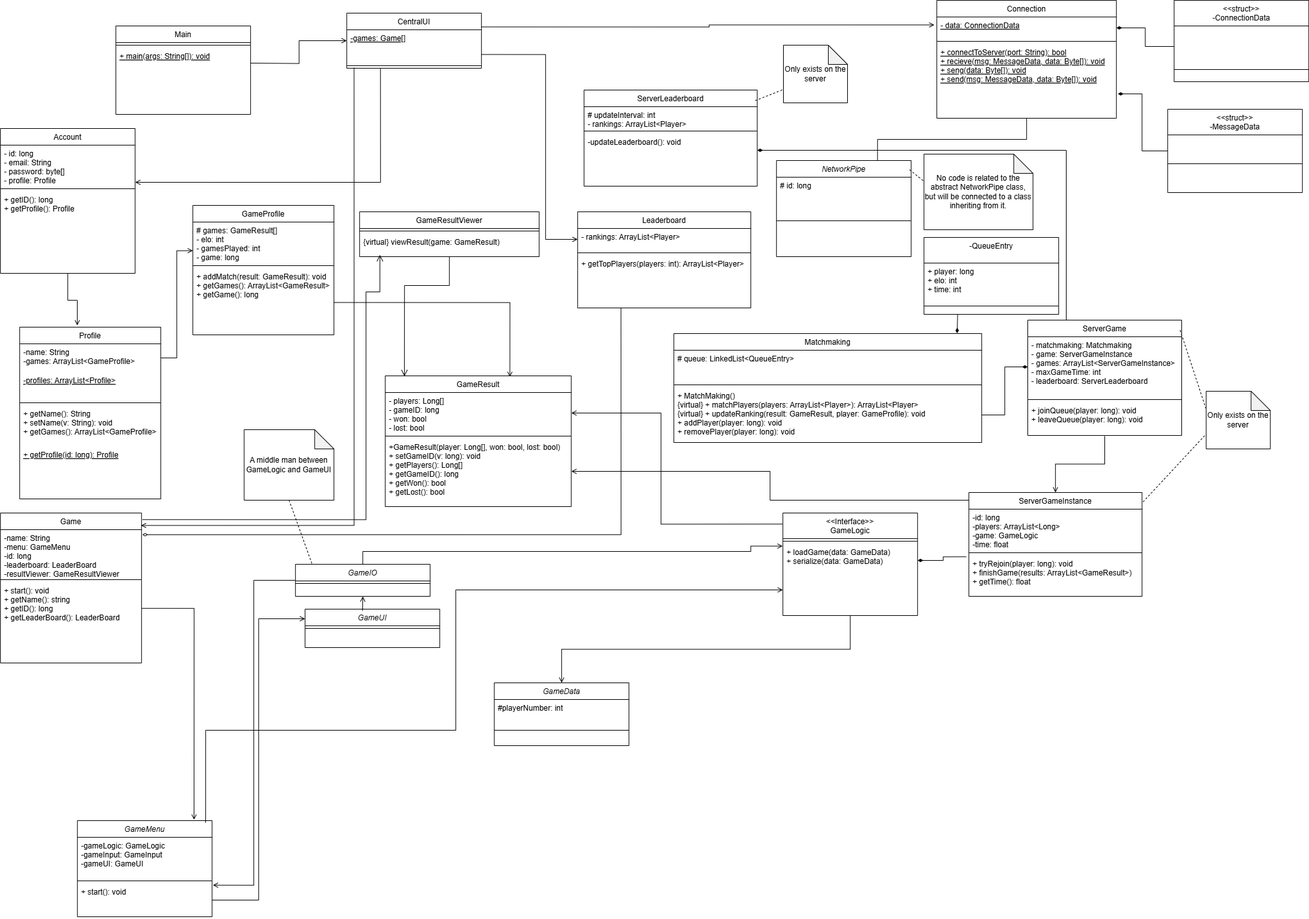
Earlier version of the draw.io export class_diagram.png (illiteratewaffle/RetroArcade). Source tidied: cells renumbered, new cells last; positions are measured from the earlier drawing's top-left corner, leaving out a move shared by most shapes.
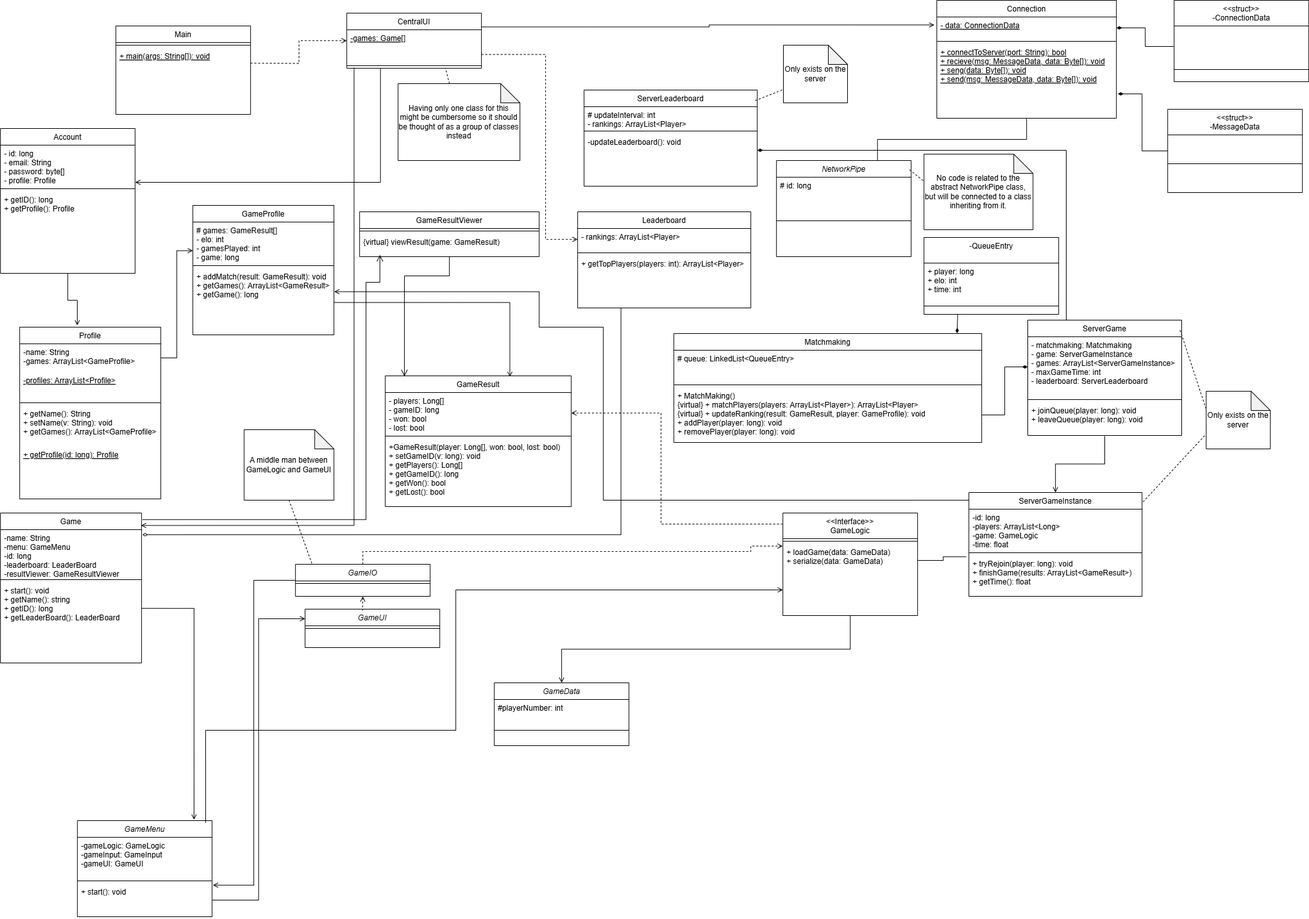
The same diagram one commit later.

Commit message:
Edited class structure diagram, fixed dotted lines, added notes, fixed transparent backgroun`

The edit, as a diff of the source:
```diff
@@ -1,4 +1,4 @@
-<mxGraphModel>
+<mxGraphModel background="#ffffff">
   <root>
     <mxCell id="0" />
     <mxCell id="1" parent="0" />
@@ -144,7 +144,7 @@
     <mxCell id="47" value="+ joinQueue(player: long): void&#10;+ leaveQueue(player: long): void" style="text;align=left;verticalAlign=top;spacingLeft=4;spacingRight=4;overflow=hidden;points=[[0,0.5],[1,0.5]];portConstraint=eastwest;" parent="44" vertex="1">
       <mxGeometry y="128" width="240" height="52" as="geometry" />
     </mxCell>
-    <mxCell id="48" style="edgeStyle=orthogonalEdgeStyle;rounded=0;jettySize=auto;html=1;exitX=1;exitY=0.75;exitDx=0;exitDy=0;entryX=0;entryY=0.5;entryDx=0;entryDy=0;endArrow=open;startFill=0;endFill=0;" parent="1" edge="1" source="49" target="11">
+    <mxCell id="48" style="edgeStyle=orthogonalEdgeStyle;rounded=0;jettySize=auto;html=1;exitX=1;exitY=0.75;exitDx=0;exitDy=0;entryX=0;entryY=0.5;entryDx=0;entryDy=0;endArrow=open;startFill=0;endFill=0;dashed=1;" parent="1" edge="1" source="49" target="11">
       <mxGeometry relative="1" as="geometry">
         <Array as="points">
           <mxPoint x="850" y="85" />
@@ -161,6 +161,11 @@
     <mxCell id="51" style="line;html=1;strokeWidth=1;align=left;verticalAlign=middle;spacingTop=-1;spacingLeft=3;spacingRight=3;labelPosition=right;points=[];portConstraint=eastwest;" parent="49" vertex="1">
       <mxGeometry y="78" width="210" height="8" as="geometry" />
     </mxCell>
+    <mxCell id="119" style="endArrow=none;html=1;rounded=0;endSize=8;startSize=8;sourcePerimeterSpacing=0;targetPerimeterSpacing=0;entryX=0.004;entryY=0.766;entryDx=0;entryDy=0;entryPerimeter=0;dashed=1;startFill=0;" parent="49" edge="1" source="120">
+      <mxGeometry relative="1" as="geometry">
+        <mxPoint x="154" y="86" as="targetPoint" />
+      </mxGeometry>
+    </mxCell>
     <mxCell id="52" value="Main" style="swimlane;fontStyle=0;align=center;verticalAlign=top;horizontal=1;startSize=26;rounded=0;shadow=0;strokeWidth=1;" parent="1" vertex="1">
       <mxGeometry x="180" y="40" width="210" height="138" as="geometry" />
     </mxCell>
@@ -239,7 +244,7 @@
     <mxCell id="77" style="line;html=1;strokeWidth=1;align=left;verticalAlign=middle;spacingTop=-1;spacingLeft=3;spacingRight=3;labelPosition=right;" parent="76" vertex="1">
       <mxGeometry y="40" width="210" height="90" as="geometry" />
     </mxCell>
-    <mxCell id="78" style="edgeStyle=orthogonalEdgeStyle;rounded=0;jettySize=auto;html=1;exitX=1;exitY=0.5;exitDx=0;exitDy=0;entryX=0;entryY=0.5;entryDx=0;entryDy=0;endArrow=open;startFill=0;endFill=0;" parent="1" edge="1" target="49">
+    <mxCell id="78" style="edgeStyle=orthogonalEdgeStyle;rounded=0;jettySize=auto;html=1;exitX=1;exitY=0.5;exitDx=0;exitDy=0;entryX=0;entryY=0.5;entryDx=0;entryDy=0;endArrow=open;startFill=0;endFill=0;dashed=1;" parent="1" edge="1" target="49">
       <mxGeometry relative="1" as="geometry">
         <mxPoint x="390" y="98" as="sourcePoint" />
       </mxGeometry>
@@ -268,7 +273,7 @@
     <mxCell id="86" style="edgeStyle=orthogonalEdgeStyle;rounded=0;jettySize=auto;html=1;exitX=0;exitY=0.5;exitDx=0;exitDy=0;entryX=1.006;entryY=0.052;entryDx=0;entryDy=0;entryPerimeter=0;endArrow=open;startFill=0;startArrow=none;endFill=0;" parent="1" edge="1" source="55" target="21">
       <mxGeometry relative="1" as="geometry" />
     </mxCell>
-    <mxCell id="87" style="edgeStyle=orthogonalEdgeStyle;rounded=0;jettySize=auto;html=1;exitX=0.5;exitY=0;exitDx=0;exitDy=0;entryX=-0.002;entryY=0.754;entryDx=0;entryDy=0;entryPerimeter=0;endArrow=open;startFill=0;endFill=0;" parent="1" edge="1" source="55">
+    <mxCell id="87" style="edgeStyle=orthogonalEdgeStyle;rounded=0;jettySize=auto;html=1;exitX=0.5;exitY=0;exitDx=0;exitDy=0;entryX=-0.002;entryY=0.754;entryDx=0;entryDy=0;entryPerimeter=0;endArrow=open;startFill=0;endFill=0;dashed=1;" parent="1" edge="1" source="55">
       <mxGeometry relative="1" as="geometry">
         <mxPoint x="1219.6" y="851.6" as="targetPoint" />
         <Array as="points">
@@ -278,7 +283,7 @@
         </Array>
       </mxGeometry>
     </mxCell>
-    <mxCell id="88" style="edgeStyle=orthogonalEdgeStyle;rounded=0;jettySize=auto;html=1;exitX=1;exitY=0.5;exitDx=0;exitDy=0;entryX=-0.016;entryY=0.036;entryDx=0;entryDy=0;entryPerimeter=0;endArrow=none;startFill=1;endFill=1;startArrow=diamondThin;" parent="1" edge="1" source="28" target="62">
+    <mxCell id="88" style="edgeStyle=orthogonalEdgeStyle;rounded=0;jettySize=auto;html=1;exitX=1;exitY=0.5;exitDx=0;exitDy=0;entryX=-0.016;entryY=0.036;entryDx=0;entryDy=0;entryPerimeter=0;endArrow=none;startFill=0;endFill=1;startArrow=none;" parent="1" edge="1" source="28" target="62">
       <mxGeometry relative="1" as="geometry" />
     </mxCell>
     <mxCell id="89" style="edgeStyle=orthogonalEdgeStyle;rounded=0;jettySize=auto;html=1;exitX=0.5;exitY=0;exitDx=0;exitDy=0;entryX=0.5;entryY=1.019;entryDx=0;entryDy=0;entryPerimeter=0;endArrow=none;startFill=0;endFill=0;startArrow=open;" parent="1" edge="1" source="59" target="47">
@@ -338,7 +343,7 @@
     <mxCell id="105" style="endArrow=none;html=1;rounded=0;endSize=8;startSize=8;sourcePerimeterSpacing=0;targetPerimeterSpacing=0;exitX=0.989;exitY=0.11;exitDx=0;exitDy=0;exitPerimeter=0;entryX=0.004;entryY=0.766;entryDx=0;entryDy=0;entryPerimeter=0;dashed=1;startFill=0;" parent="1" edge="1" source="63" target="104">
       <mxGeometry relative="1" as="geometry" />
     </mxCell>
-    <mxCell id="106" style="edgeStyle=orthogonalEdgeStyle;rounded=0;jettySize=auto;html=1;exitX=1;exitY=0.5;exitDx=0;exitDy=0;entryX=-0.004;entryY=0.108;entryDx=0;entryDy=0;entryPerimeter=0;endArrow=none;startFill=0;startArrow=open;" parent="1" edge="1" source="31" target="26">
+    <mxCell id="106" style="edgeStyle=orthogonalEdgeStyle;rounded=0;jettySize=auto;html=1;exitX=1;exitY=0.5;exitDx=0;exitDy=0;entryX=-0.004;entryY=0.108;entryDx=0;entryDy=0;entryPerimeter=0;endArrow=none;startFill=0;startArrow=open;dashed=1;" parent="1" edge="1" source="31" target="26">
       <mxGeometry relative="1" as="geometry">
         <Array as="points">
           <mxPoint x="1030" y="644" />
@@ -346,8 +351,15 @@
         </Array>
       </mxGeometry>
     </mxCell>
-    <mxCell id="107" style="edgeStyle=orthogonalEdgeStyle;rounded=0;jettySize=auto;html=1;exitX=1;exitY=0.5;exitDx=0;exitDy=0;entryX=0;entryY=0.074;entryDx=0;entryDy=0;entryPerimeter=0;endArrow=none;startFill=0;endFill=0;startArrow=open;" parent="1" edge="1" source="33" target="59">
-      <mxGeometry relative="1" as="geometry" />
+    <mxCell id="107" style="edgeStyle=orthogonalEdgeStyle;rounded=0;jettySize=auto;html=1;entryX=0;entryY=0.074;entryDx=0;entryDy=0;entryPerimeter=0;endArrow=none;startFill=0;endFill=0;startArrow=open;exitX=1.002;exitY=0.705;exitDx=0;exitDy=0;exitPerimeter=0;" parent="1" edge="1" source="5" target="59">
+      <mxGeometry relative="1" as="geometry">
+        <Array as="points">
+          <mxPoint x="840" y="455" />
+          <mxPoint x="840" y="510" />
+          <mxPoint x="940" y="510" />
+          <mxPoint x="940" y="780" />
+        </Array>
+      </mxGeometry>
     </mxCell>
     <mxCell id="108" value="A middle man between GameLogic and GameUI" style="shape=note;whiteSpace=wrap;html=1;backgroundOutline=1;darkOpacity=0.05;" parent="1" vertex="1">
       <mxGeometry x="380" y="670" width="140" height="110" as="geometry" />
@@ -364,20 +376,21 @@
     <mxCell id="112" style="edgeStyle=segmentEdgeStyle;endArrow=open;html=1;curved=0;rounded=0;endSize=8;startSize=8;sourcePerimeterSpacing=0;targetPerimeterSpacing=0;exitX=0.5;exitY=1;exitDx=0;exitDy=0;entryX=0.103;entryY=0.004;entryDx=0;entryDy=0;entryPerimeter=0;startFill=0;endFill=0;" parent="1" edge="1" source="34" target="30">
       <mxGeometry relative="1" as="geometry">
         <Array as="points">
-          <mxPoint x="630" y="445" />
+          <mxPoint x="700" y="430" />
+          <mxPoint x="630" y="430" />
         </Array>
       </mxGeometry>
     </mxCell>
     <mxCell id="113" style="edgeStyle=segmentEdgeStyle;endArrow=none;html=1;curved=0;rounded=0;endSize=8;startSize=8;sourcePerimeterSpacing=0;targetPerimeterSpacing=0;exitX=0.113;exitY=0.918;exitDx=0;exitDy=0;entryX=1.007;entryY=0.044;entryDx=0;entryDy=0;entryPerimeter=0;startFill=0;exitPerimeter=0;endFill=0;startArrow=open;" parent="1" edge="1" source="36" target="93">
       <mxGeometry relative="1" as="geometry">
         <Array as="points">
-          <mxPoint x="592" y="455" />
-          <mxPoint x="570" y="455" />
+          <mxPoint x="592" y="440" />
+          <mxPoint x="570" y="440" />
           <mxPoint x="570" y="810" />
         </Array>
       </mxGeometry>
     </mxCell>
-    <mxCell id="114" style="edgeStyle=orthogonalEdgeStyle;rounded=0;jettySize=auto;html=1;exitX=0.5;exitY=1;exitDx=0;exitDy=0;entryX=0.427;entryY=0.038;entryDx=0;entryDy=0;entryPerimeter=0;startArrow=open;startFill=0;endArrow=none;" parent="1" edge="1" source="55" target="57">
+    <mxCell id="114" style="edgeStyle=orthogonalEdgeStyle;rounded=0;jettySize=auto;html=1;exitX=0.5;exitY=1;exitDx=0;exitDy=0;entryX=0.427;entryY=0.038;entryDx=0;entryDy=0;entryPerimeter=0;startArrow=open;startFill=0;endArrow=none;dashed=1;" parent="1" edge="1" source="55" target="57">
       <mxGeometry relative="1" as="geometry" />
     </mxCell>
     <mxCell id="115" value="-QueueEntry" style="swimlane;fontStyle=0;align=center;verticalAlign=top;horizontal=1;startSize=40;rounded=0;shadow=0;strokeWidth=1;" parent="1" vertex="1">
@@ -396,5 +409,8 @@
         </Array>
       </mxGeometry>
     </mxCell>
+    <mxCell id="120" value="Having only one class for this might be cumbersome so it should be thought of as a group of classes instead" style="shape=note;whiteSpace=wrap;html=1;backgroundOutline=1;darkOpacity=0.05;" parent="1" vertex="1">
+      <mxGeometry x="620" y="130" width="190" height="120" as="geometry" />
+    </mxCell>
   </root>
 </mxGraphModel>
```
